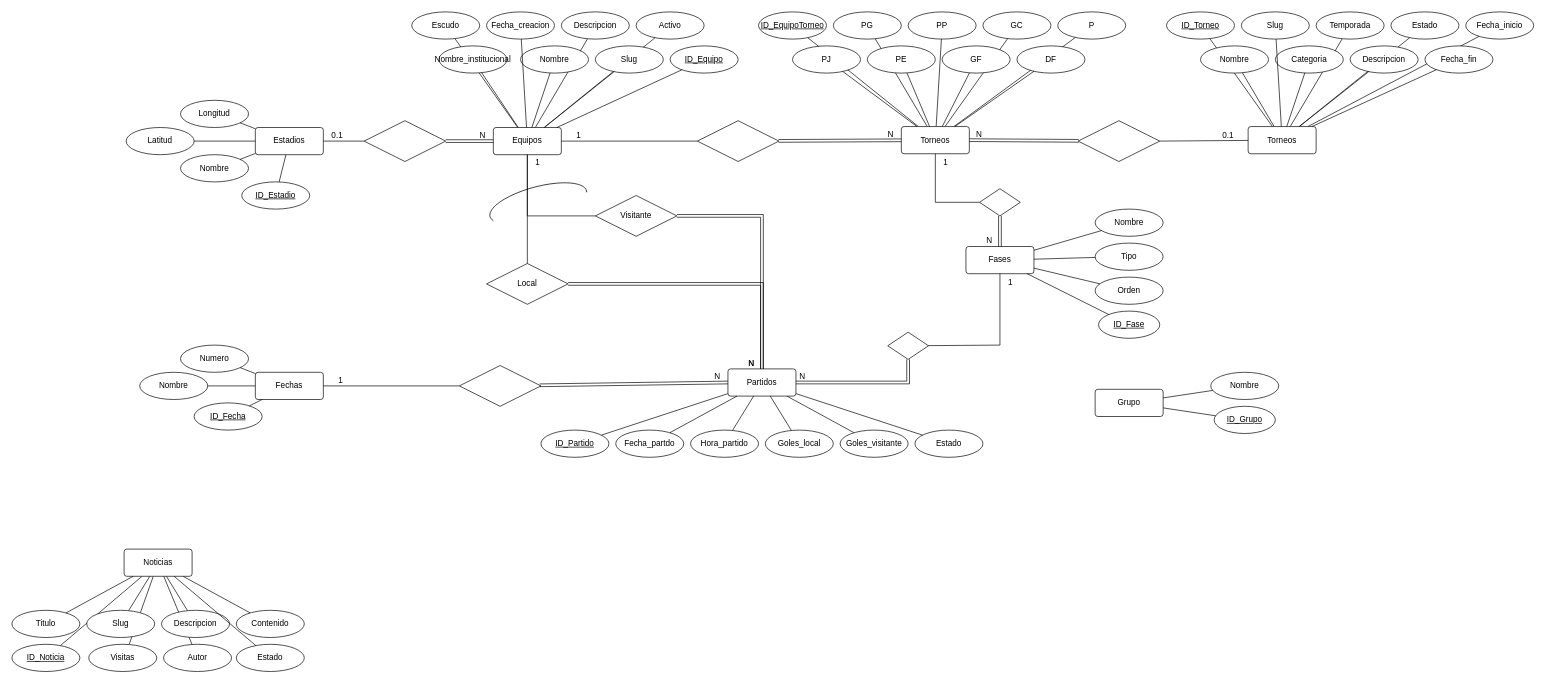
Above: DER-LigaChivilcoyana.drawio in JosueGaticaOdato/liga-chivilcoyana-futbol (draw.io), before the change. Source tidied: cells renumbered, new cells numbered last; positions are measured from the earlier drawing's top-left corner, leaving out a move shared by most shapes. Both pictures are drawn from the tidied source at 68%, with x=0, y=0 at pixel (12, 12).
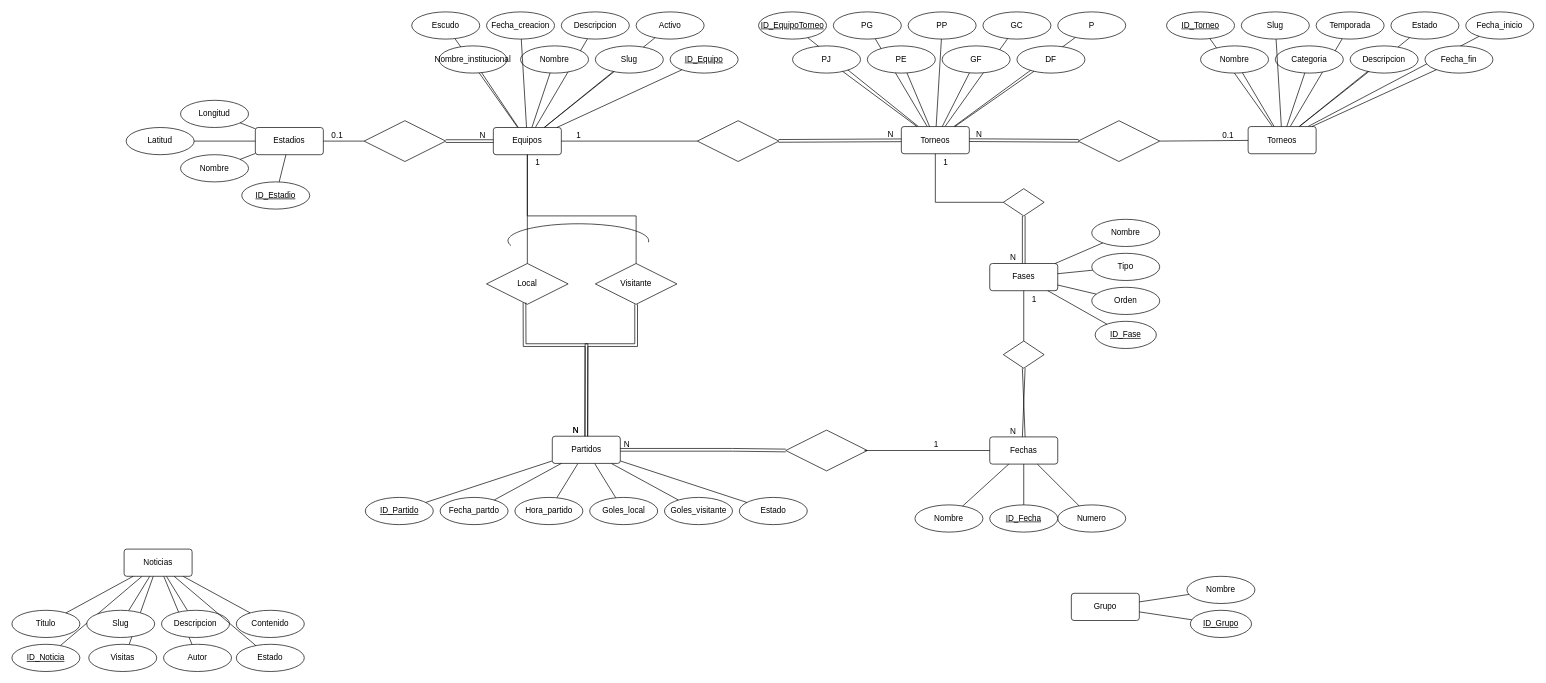
After the change.

Commit message:
DER Actualizado con nueva estructura

The change refers to these unchanged cells:
```xml
<mxCell id="10" value="Equipos" style="rounded=1;arcSize=10;whiteSpace=wrap;html=1;align=center;" parent="1" vertex="1">
  <mxGeometry x="708" y="170" width="100" height="40" as="geometry" />
</mxCell>
<mxCell id="80" value="Local" style="shape=rhombus;perimeter=rhombusPerimeter;whiteSpace=wrap;html=1;align=center;" parent="1" vertex="1">
  <mxGeometry x="698" y="370" width="120" height="60" as="geometry" />
</mxCell>
```

What changed in the source:
```diff
@@
     <mxCell id="50" value="Fechas" style="rounded=1;arcSize=10;whiteSpace=wrap;html=1;align=center;" parent="1" vertex="1">
-      <mxGeometry x="358" y="530" width="100" height="40" as="geometry" />
+      <mxGeometry x="1438" y="625" width="100" height="40" as="geometry" />
     </mxCell>
     <mxCell id="51" value="Nombre" style="ellipse;whiteSpace=wrap;html=1;align=center;" parent="1" vertex="1">
-      <mxGeometry x="188" y="530" width="100" height="40" as="geometry" />
+      <mxGeometry x="1328" y="725" width="100" height="40" as="geometry" />
     </mxCell>
     <mxCell id="52" value="Numero" style="ellipse;whiteSpace=wrap;html=1;align=center;" parent="1" vertex="1">
-      <mxGeometry x="248" y="490" width="100" height="40" as="geometry" />
+      <mxGeometry x="1538" y="725" width="100" height="40" as="geometry" />
     </mxCell>
@@
     <mxCell id="55" value="ID_Fecha" style="ellipse;whiteSpace=wrap;html=1;align=center;fontStyle=4;" parent="1" vertex="1">
-      <mxGeometry x="268" y="575" width="100" height="40" as="geometry" />
+      <mxGeometry x="1438" y="725" width="100" height="40" as="geometry" />
     </mxCell>
@@
     <mxCell id="66" value="Partidos" style="rounded=1;arcSize=10;whiteSpace=wrap;html=1;align=center;" parent="1" vertex="1">
-      <mxGeometry x="1053" y="525" width="100" height="40" as="geometry" />
+      <mxGeometry x="794.7" y="624" width="100" height="40" as="geometry" />
     </mxCell>
     <mxCell id="67" value="Estado" style="ellipse;whiteSpace=wrap;html=1;align=center;" parent="1" vertex="1">
-      <mxGeometry x="1328" y="615" width="100" height="40" as="geometry" />
+      <mxGeometry x="1069.7" y="714" width="100" height="40" as="geometry" />
     </mxCell>
     <mxCell id="68" value="Hora_partido" style="ellipse;whiteSpace=wrap;html=1;align=center;" parent="1" vertex="1">
-      <mxGeometry x="998" y="615" width="100" height="40" as="geometry" />
+      <mxGeometry x="739.7" y="714" width="100" height="40" as="geometry" />
     </mxCell>
     <mxCell id="69" value="ID_Partido" style="ellipse;whiteSpace=wrap;html=1;align=center;fontStyle=4;" parent="1" vertex="1">
-      <mxGeometry x="778" y="615" width="100" height="40" as="geometry" />
+      <mxGeometry x="519.7" y="714" width="100" height="40" as="geometry" />
     </mxCell>
     <mxCell id="70" value="Fecha_partdo" style="ellipse;whiteSpace=wrap;html=1;align=center;" parent="1" vertex="1">
-      <mxGeometry x="888" y="615" width="100" height="40" as="geometry" />
+      <mxGeometry x="629.7" y="714" width="100" height="40" as="geometry" />
     </mxCell>
     <mxCell id="71" value="Goles_local" style="ellipse;whiteSpace=wrap;html=1;align=center;" parent="1" vertex="1">
-      <mxGeometry x="1108" y="615" width="100" height="40" as="geometry" />
+      <mxGeometry x="849.7" y="714" width="100" height="40" as="geometry" />
     </mxCell>
@@
     <mxCell id="74" value="Goles_visitante" style="ellipse;whiteSpace=wrap;html=1;align=center;" parent="1" vertex="1">
-      <mxGeometry x="1218" y="615" width="100" height="40" as="geometry" />
+      <mxGeometry x="959.7" y="714" width="100" height="40" as="geometry" />
     </mxCell>
     <mxCell id="75" style="shape=rhombus;perimeter=rhombusPerimeter;whiteSpace=wrap;html=1;align=center;" parent="1" vertex="1">
-      <mxGeometry x="658" y="520" width="120" height="60" as="geometry" />
+      <mxGeometry x="1138" y="615" width="120" height="60" as="geometry" />
     </mxCell>
-    <mxCell id="76" style="endArrow=none;html=1;rounded=0;entryX=1;entryY=0.5;entryDx=0;entryDy=0;" parent="1" edge="1" source="75" target="50">
-      <mxGeometry relative="1" as="geometry" />
-    </mxCell>
-    <mxCell id="77" value="1" style="html=1;whiteSpace=wrap;align=right;verticalAlign=bottom;" parent="76" vertex="1">
-      <mxGeometry x="1" relative="1" as="geometry">
-        <mxPoint x="30" as="offset" />
-      </mxGeometry>
-    </mxCell>
-    <mxCell id="78" style="shape=link;html=1;rounded=0;entryX=0;entryY=0.5;entryDx=0;entryDy=0;" parent="1" edge="1" source="75" target="66">
-      <mxGeometry relative="1" as="geometry" />
+    <mxCell id="78" style="shape=link;html=1;rounded=0;entryX=0.5;entryY=0;entryDx=0;entryDy=0;exitX=0.5;exitY=1;exitDx=0;exitDy=0;" parent="1" edge="1" source="147" target="50">
+      <mxGeometry relative="1" as="geometry">
+        <Array as="points">
+          <mxPoint x="1488" y="511" />
+        </Array>
+      </mxGeometry>
     </mxCell>
@@
-    <mxCell id="82" style="shape=link;html=1;rounded=0;entryX=0.5;entryY=0;entryDx=0;entryDy=0;" parent="1" edge="1" source="80" target="66">
+    <mxCell id="82" style="shape=link;html=1;rounded=0;entryX=0.5;entryY=0;entryDx=0;entryDy=0;exitX=0.465;exitY=0.958;exitDx=0;exitDy=0;exitPerimeter=0;" parent="1" edge="1" source="80" target="66">
       <mxGeometry relative="1" as="geometry">
         <Array as="points">
-          <mxPoint x="1103" y="400" />
+          <mxPoint x="754" y="490" />
+          <mxPoint x="845" y="490" />
         </Array>
       </mxGeometry>
     </mxCell>
@@
     <mxCell id="84" value="Visitante" style="shape=rhombus;perimeter=rhombusPerimeter;whiteSpace=wrap;html=1;align=center;" parent="1" vertex="1">
-      <mxGeometry x="858" y="270" width="120" height="60" as="geometry" />
+      <mxGeometry x="858" y="370" width="120" height="60" as="geometry" />
     </mxCell>
-    <mxCell id="85" style="shape=link;html=1;rounded=0;exitX=1;exitY=0.5;exitDx=0;exitDy=0;" parent="1" edge="1" source="84" target="66">
+    <mxCell id="85" style="shape=link;html=1;rounded=0;" parent="1" edge="1" source="84" target="66">
       <mxGeometry relative="1" as="geometry">
         <Array as="points">
-          <mxPoint x="1103" y="300" />
+          <mxPoint x="918" y="490" />
+          <mxPoint x="845" y="490" />
         </Array>
       </mxGeometry>
     </mxCell>
@@
-    <mxCell id="87" style="endArrow=none;html=1;rounded=0;exitX=0;exitY=0.5;exitDx=0;exitDy=0;entryX=0.5;entryY=1;entryDx=0;entryDy=0;" parent="1" edge="1" source="84" target="10">
+    <mxCell id="87" style="endArrow=none;html=1;rounded=0;exitX=0.5;exitY=0;exitDx=0;exitDy=0;entryX=0.5;entryY=1;entryDx=0;entryDy=0;" parent="1" edge="1" source="84" target="10">
       <mxGeometry relative="1" as="geometry">
         <Array as="points">
+          <mxPoint x="918" y="300" />
           <mxPoint x="758" y="300" />
         </Array>
       </mxGeometry>
     </mxCell>
@@
-    <mxCell id="89" style="shape=mxgraph.basic.arc;html=1;startAngle=0.4536132104611289;endAngle=0.014285457105234005;endArrow=none;endFill=0;rotation=75;" parent="1" vertex="1">
-      <mxGeometry x="749.1" y="208.6" width="50" height="146.9" as="geometry" />
+    <mxCell id="89" style="shape=mxgraph.basic.arc;html=1;startAngle=0.4536132104611289;endAngle=0.014285457105234005;endArrow=none;endFill=0;rotation=90;" parent="1" vertex="1">
+      <mxGeometry x="808" y="233.1" width="50" height="206.9" as="geometry" />
     </mxCell>
@@
     <mxCell id="133" value="Fases" style="rounded=1;arcSize=10;whiteSpace=wrap;html=1;align=center;" parent="1" vertex="1">
-      <mxGeometry x="1403" y="345" width="100" height="40" as="geometry" />
+      <mxGeometry x="1438" y="370" width="100" height="40" as="geometry" />
     </mxCell>
     <mxCell id="134" value="Tipo" style="ellipse;whiteSpace=wrap;html=1;align=center;" parent="1" vertex="1">
-      <mxGeometry x="1593" y="340" width="100" height="40" as="geometry" />
+      <mxGeometry x="1588" y="355" width="100" height="40" as="geometry" />
     </mxCell>
     <mxCell id="135" value="Nombre" style="ellipse;whiteSpace=wrap;html=1;align=center;" parent="1" vertex="1">
-      <mxGeometry x="1593" y="290" width="100" height="40" as="geometry" />
+      <mxGeometry x="1588" y="305" width="100" height="40" as="geometry" />
     </mxCell>
@@
     <mxCell id="138" value="ID_Fase" style="ellipse;whiteSpace=wrap;html=1;align=center;fontStyle=4;" parent="1" vertex="1">
-      <mxGeometry x="1598" y="440" width="90" height="40" as="geometry" />
+      <mxGeometry x="1593" y="455" width="90" height="40" as="geometry" />
     </mxCell>
@@
     <mxCell id="140" value="Orden" style="ellipse;whiteSpace=wrap;html=1;align=center;" parent="1" vertex="1">
-      <mxGeometry x="1593" y="390" width="100" height="40" as="geometry" />
+      <mxGeometry x="1588" y="405" width="100" height="40" as="geometry" />
     </mxCell>
@@
     <mxCell id="142" style="shape=rhombus;perimeter=rhombusPerimeter;whiteSpace=wrap;html=1;align=center;" parent="1" vertex="1">
-      <mxGeometry x="1423" y="260" width="60" height="40" as="geometry" />
+      <mxGeometry x="1458" y="260" width="60" height="40" as="geometry" />
     </mxCell>
@@
     <mxCell id="147" style="shape=rhombus;perimeter=rhombusPerimeter;whiteSpace=wrap;html=1;align=center;" parent="1" vertex="1">
-      <mxGeometry x="1288" y="471" width="60" height="40" as="geometry" />
+      <mxGeometry x="1458" y="484" width="60" height="40" as="geometry" />
     </mxCell>
-    <mxCell id="148" style="endArrow=none;html=1;rounded=0;" parent="1" edge="1" source="147" target="133">
-      <mxGeometry relative="1" as="geometry">
-        <Array as="points">
-          <mxPoint x="1453" y="490" />
-        </Array>
-      </mxGeometry>
+    <mxCell id="148" style="endArrow=none;html=1;rounded=0;exitX=0.5;exitY=0;exitDx=0;exitDy=0;" parent="1" edge="1" source="147" target="133">
+      <mxGeometry relative="1" as="geometry" />
     </mxCell>
@@
-    <mxCell id="150" style="shape=link;html=1;rounded=0;" parent="1" edge="1" source="147" target="66">
+    <mxCell id="150" style="shape=link;html=1;rounded=0;exitX=0;exitY=0.5;exitDx=0;exitDy=0;" parent="1" edge="1" source="75" target="66">
       <mxGeometry relative="1" as="geometry">
         <Array as="points">
-          <mxPoint x="1318" y="545" />
+          <mxPoint x="1059.7" y="644" />
         </Array>
       </mxGeometry>
     </mxCell>
@@
     <mxCell id="152" value="Grupo" style="rounded=1;arcSize=10;whiteSpace=wrap;html=1;align=center;" parent="1" vertex="1">
-      <mxGeometry x="1593" y="555" width="100" height="40" as="geometry" />
+      <mxGeometry x="1558" y="855" width="100" height="40" as="geometry" />
     </mxCell>
     <mxCell id="153" value="ID_Grupo" style="ellipse;whiteSpace=wrap;html=1;align=center;fontStyle=4;" parent="1" vertex="1">
-      <mxGeometry x="1768" y="580" width="90" height="40" as="geometry" />
+      <mxGeometry x="1733" y="880" width="90" height="40" as="geometry" />
     </mxCell>
     <mxCell id="154" value="Nombre" style="ellipse;whiteSpace=wrap;html=1;align=center;" parent="1" vertex="1">
-      <mxGeometry x="1763" y="530" width="100" height="40" as="geometry" />
+      <mxGeometry x="1728" y="830" width="100" height="40" as="geometry" />
     </mxCell>
@@
+    <mxCell id="157" style="endArrow=none;html=1;rounded=0;entryX=0.965;entryY=0.5;entryDx=0;entryDy=0;entryPerimeter=0;" parent="1" edge="1" source="50" target="75">
+      <mxGeometry relative="1" as="geometry" />
+    </mxCell>
+    <mxCell id="77" value="1" style="html=1;whiteSpace=wrap;align=right;verticalAlign=bottom;" parent="157" vertex="1">
+      <mxGeometry x="1" relative="1" as="geometry">
+        <mxPoint x="110" as="offset" />
+      </mxGeometry>
+    </mxCell>
```
